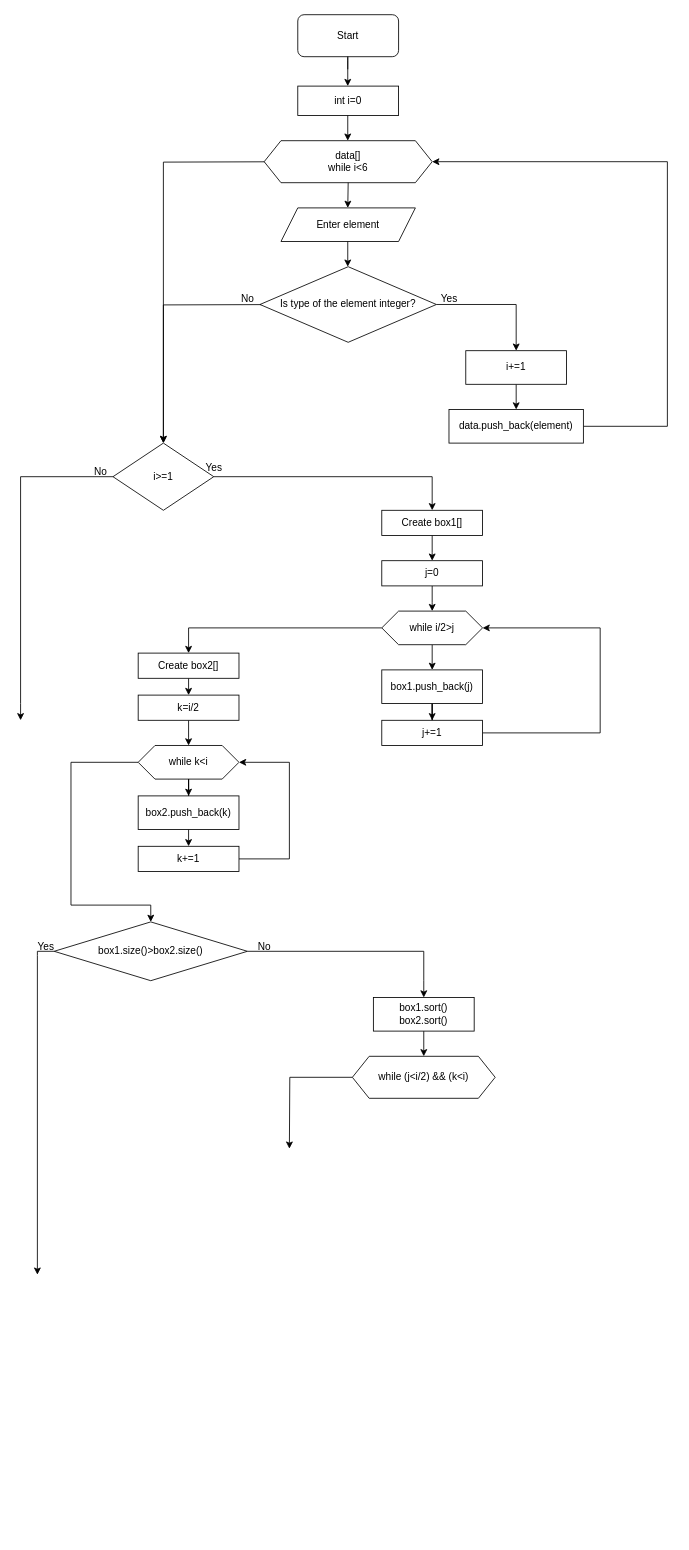
Earlier version of the draw.io diagram sources/Untitled Diagram.drawio (Enyarina/Kate6). Source tidied: cells renumbered, new cells numbered last; positions are measured from the earlier drawing's top-left corner, leaving out a move shared by most shapes. Both pictures are drawn from the tidied source at 84%, with x=0, y=0 at pixel (20, 14).
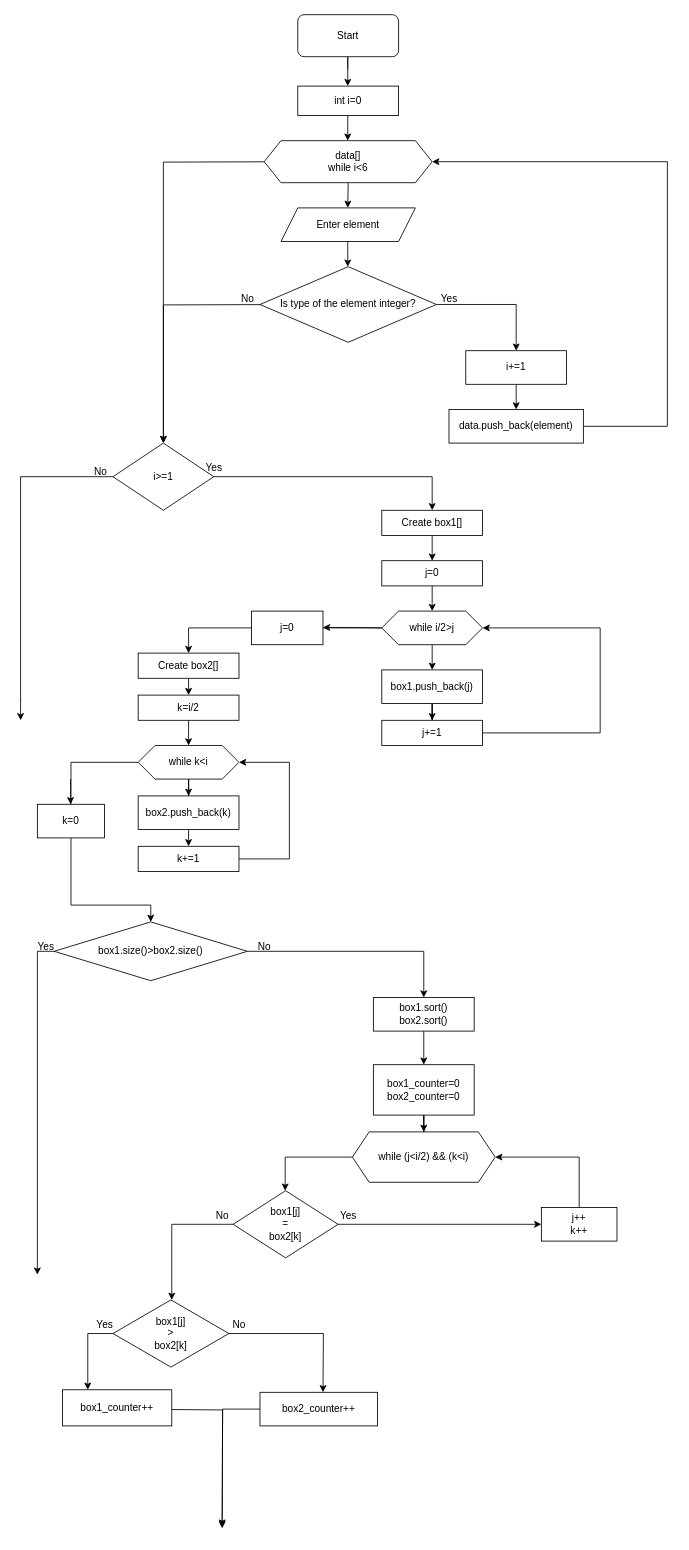
Above is the later version.

Unchanged cells that the change refers to:
```xml
<mxCell id="31" value="while i/2&amp;gt;j" style="shape=hexagon;perimeter=hexagonPerimeter2;whiteSpace=wrap;html=1;fixedSize=1;" parent="1" vertex="1">
  <mxGeometry x="430" y="710" width="120" height="40" as="geometry" />
</mxCell>
<mxCell id="37" value="Create box2[]" style="rounded=0;whiteSpace=wrap;html=1;" parent="1" vertex="1">
  <mxGeometry x="140" y="760" width="120" height="30" as="geometry" />
</mxCell>
<mxCell id="51" value="&lt;div&gt;box1.sort()&lt;/div&gt;&lt;div&gt;box2.sort()&lt;br&gt;&lt;/div&gt;" style="rounded=0;whiteSpace=wrap;html=1;" parent="1" vertex="1">
  <mxGeometry x="420" y="1170" width="120" height="40" as="geometry" />
</mxCell>
```

Change to the diagram source:
```diff
@@
-    <mxCell id="30" style="edgeStyle=orthogonalEdgeStyle;rounded=0;jettySize=auto;html=1;" parent="1" edge="1" source="31" target="37">
+    <mxCell id="30" style="edgeStyle=orthogonalEdgeStyle;rounded=0;jettySize=auto;html=1;exitX=0;exitY=0.5;exitDx=0;exitDy=0;" parent="1" edge="1" source="31" target="37">
       <mxGeometry relative="1" as="geometry" />
     </mxCell>
@@
-    <mxCell id="50" style="edgeStyle=orthogonalEdgeStyle;rounded=0;jettySize=auto;html=1;exitX=0.5;exitY=1;exitDx=0;exitDy=0;" parent="1" edge="1" source="51">
-      <mxGeometry relative="1" as="geometry">
-        <mxPoint x="480" y="1240" as="targetPoint" />
-      </mxGeometry>
+    <mxCell id="50" style="edgeStyle=orthogonalEdgeStyle;rounded=0;jettySize=auto;html=1;exitX=0.5;exitY=1;exitDx=0;exitDy=0;entryX=0.5;entryY=0;entryDx=0;entryDy=0;" parent="1" edge="1" source="51" target="61">
+      <mxGeometry relative="1" as="geometry" />
     </mxCell>
@@
     <mxCell id="54" style="edgeStyle=orthogonalEdgeStyle;rounded=0;jettySize=auto;html=1;exitX=0;exitY=0.5;exitDx=0;exitDy=0;" parent="1" edge="1" source="55">
       <mxGeometry relative="1" as="geometry">
-        <mxPoint x="320" y="1350" as="targetPoint" />
+        <mxPoint x="315" y="1400" as="targetPoint" />
+        <Array as="points">
+          <mxPoint x="315" y="1360" />
+        </Array>
       </mxGeometry>
     </mxCell>
     <mxCell id="55" value="while (j&amp;lt;i/2) &amp;amp;&amp;amp; (k&amp;lt;i)" style="shape=hexagon;perimeter=hexagonPerimeter2;whiteSpace=wrap;html=1;fixedSize=1;" parent="1" vertex="1">
-      <mxGeometry x="395" y="1240" width="170" height="50" as="geometry" />
+      <mxGeometry x="395" y="1330" width="170" height="60" as="geometry" />
     </mxCell>
+    <mxCell id="56" value="j=0" style="rounded=0;whiteSpace=wrap;html=1;" parent="1" vertex="1">
+      <mxGeometry x="275" y="710" width="85" height="40" as="geometry" />
+    </mxCell>
+    <mxCell id="57" style="endArrow=classic;html=1;exitX=0;exitY=0.5;exitDx=0;exitDy=0;" parent="1" edge="1" source="31">
+      <mxGeometry relative="1" as="geometry">
+        <mxPoint x="360" y="729.5" as="targetPoint" />
+        <Array as="points">
+          <mxPoint x="400" y="729.5" />
+        </Array>
+      </mxGeometry>
+    </mxCell>
+    <mxCell id="58" value="k=0" style="rounded=0;whiteSpace=wrap;html=1;" parent="1" vertex="1">
+      <mxGeometry x="20" y="940" width="80" height="40" as="geometry" />
+    </mxCell>
+    <mxCell id="59" style="endArrow=classic;html=1;" parent="1" edge="1">
+      <mxGeometry relative="1" as="geometry">
+        <mxPoint x="59.5" y="910" as="sourcePoint" />
+        <mxPoint x="59.5" y="940" as="targetPoint" />
+        <Array as="points">
+          <mxPoint x="59.5" y="930" />
+        </Array>
+      </mxGeometry>
+    </mxCell>
+    <mxCell id="60" style="edgeStyle=orthogonalEdgeStyle;rounded=0;jettySize=auto;html=1;entryX=0.5;entryY=0;entryDx=0;entryDy=0;" parent="1" edge="1" source="61" target="55">
+      <mxGeometry relative="1" as="geometry" />
+    </mxCell>
+    <mxCell id="61" value="&lt;div&gt;box1_counter=0&lt;/div&gt;&lt;div&gt;box2_counter=0&lt;br&gt;&lt;/div&gt;" style="rounded=0;whiteSpace=wrap;html=1;" parent="1" vertex="1">
+      <mxGeometry x="420" y="1250" width="120" height="60" as="geometry" />
+    </mxCell>
+    <mxCell id="62" style="edgeStyle=orthogonalEdgeStyle;rounded=0;jettySize=auto;html=1;" parent="1" edge="1" source="64">
+      <mxGeometry relative="1" as="geometry">
+        <mxPoint x="620" y="1440" as="targetPoint" />
+      </mxGeometry>
+    </mxCell>
+    <mxCell id="63" style="edgeStyle=orthogonalEdgeStyle;rounded=0;jettySize=auto;html=1;exitX=0;exitY=0.5;exitDx=0;exitDy=0;" parent="1" edge="1" source="64">
+      <mxGeometry relative="1" as="geometry">
+        <mxPoint x="180" y="1530" as="targetPoint" />
+        <Array as="points">
+          <mxPoint x="180" y="1440" />
+        </Array>
+      </mxGeometry>
+    </mxCell>
+    <mxCell id="64" value="&lt;div&gt;box1[j]&lt;/div&gt;&lt;div&gt;=&lt;/div&gt;&lt;div&gt;box2[k]&lt;br&gt;&lt;/div&gt;" style="rhombus;whiteSpace=wrap;html=1;" parent="1" vertex="1">
+      <mxGeometry x="253" y="1400" width="125" height="80" as="geometry" />
+    </mxCell>
+    <mxCell id="65" style="edgeStyle=orthogonalEdgeStyle;rounded=0;jettySize=auto;html=1;exitX=0.5;exitY=0;exitDx=0;exitDy=0;entryX=1;entryY=0.5;entryDx=0;entryDy=0;" parent="1" edge="1" source="66" target="55">
+      <mxGeometry relative="1" as="geometry" />
+    </mxCell>
+    <mxCell id="66" value="&lt;div&gt;j++&lt;/div&gt;&lt;div&gt;k++&lt;br&gt;&lt;/div&gt;" style="rounded=0;whiteSpace=wrap;html=1;" parent="1" vertex="1">
+      <mxGeometry x="620" y="1420" width="90" height="40" as="geometry" />
+    </mxCell>
+    <mxCell id="67" value="Yes" style="text;html=1;align=center;verticalAlign=middle;" parent="1" vertex="1">
+      <mxGeometry x="370" y="1420" width="40" height="20" as="geometry" />
+    </mxCell>
+    <mxCell id="68" value="No" style="text;html=1;align=center;verticalAlign=middle;" parent="1" vertex="1">
+      <mxGeometry x="225" y="1420" width="30" height="20" as="geometry" />
+    </mxCell>
+    <mxCell id="69" style="edgeStyle=orthogonalEdgeStyle;rounded=0;jettySize=auto;html=1;" parent="1" edge="1" source="70">
+      <mxGeometry relative="1" as="geometry">
+        <mxPoint x="360" y="1640" as="targetPoint" />
+      </mxGeometry>
+    </mxCell>
+    <mxCell id="70" value="&lt;div&gt;box1[j]&lt;/div&gt;&lt;div&gt;&amp;gt;&lt;/div&gt;&lt;div&gt;box2[k]&lt;br&gt;&lt;/div&gt;" style="rhombus;whiteSpace=wrap;html=1;" parent="1" vertex="1">
+      <mxGeometry x="110" y="1530" width="138" height="80" as="geometry" />
+    </mxCell>
+    <mxCell id="71" value="No" style="text;html=1;align=center;verticalAlign=middle;" parent="1" vertex="1">
+      <mxGeometry x="245" y="1550" width="30" height="20" as="geometry" />
+    </mxCell>
+    <mxCell id="72" value="Yes" style="text;html=1;align=center;verticalAlign=middle;" parent="1" vertex="1">
+      <mxGeometry x="80" y="1550" width="40" height="20" as="geometry" />
+    </mxCell>
+    <mxCell id="73" style="edgeStyle=orthogonalEdgeStyle;rounded=0;jettySize=auto;html=1;endSize=6;" parent="1" edge="1" source="74">
+      <mxGeometry relative="1" as="geometry">
+        <mxPoint x="240" y="1800" as="targetPoint" />
+      </mxGeometry>
+    </mxCell>
+    <mxCell id="74" value="box2_counter++" style="rounded=0;whiteSpace=wrap;html=1;" parent="1" vertex="1">
+      <mxGeometry x="285" y="1640" width="140" height="40" as="geometry" />
+    </mxCell>
+    <mxCell id="75" style="edgeStyle=orthogonalEdgeStyle;rounded=0;orthogonalLoop=1;jettySize=auto;html=1;endSize=6;" parent="1" edge="1">
+      <mxGeometry relative="1" as="geometry">
+        <mxPoint x="180" y="1660.5" as="sourcePoint" />
+        <mxPoint x="240" y="1802" as="targetPoint" />
+      </mxGeometry>
+    </mxCell>
+    <mxCell id="76" value="box1_counter++" style="rounded=0;whiteSpace=wrap;html=1;" parent="1" vertex="1">
+      <mxGeometry x="50" y="1637" width="130" height="43" as="geometry" />
+    </mxCell>
+    <mxCell id="77" style="edgeStyle=orthogonalEdgeStyle;rounded=0;jettySize=auto;html=1;endSize=6;" parent="1" edge="1" source="70" target="76">
+      <mxGeometry relative="1" as="geometry">
+        <Array as="points">
+          <mxPoint x="80" y="1570" />
+        </Array>
+      </mxGeometry>
+    </mxCell>
```
